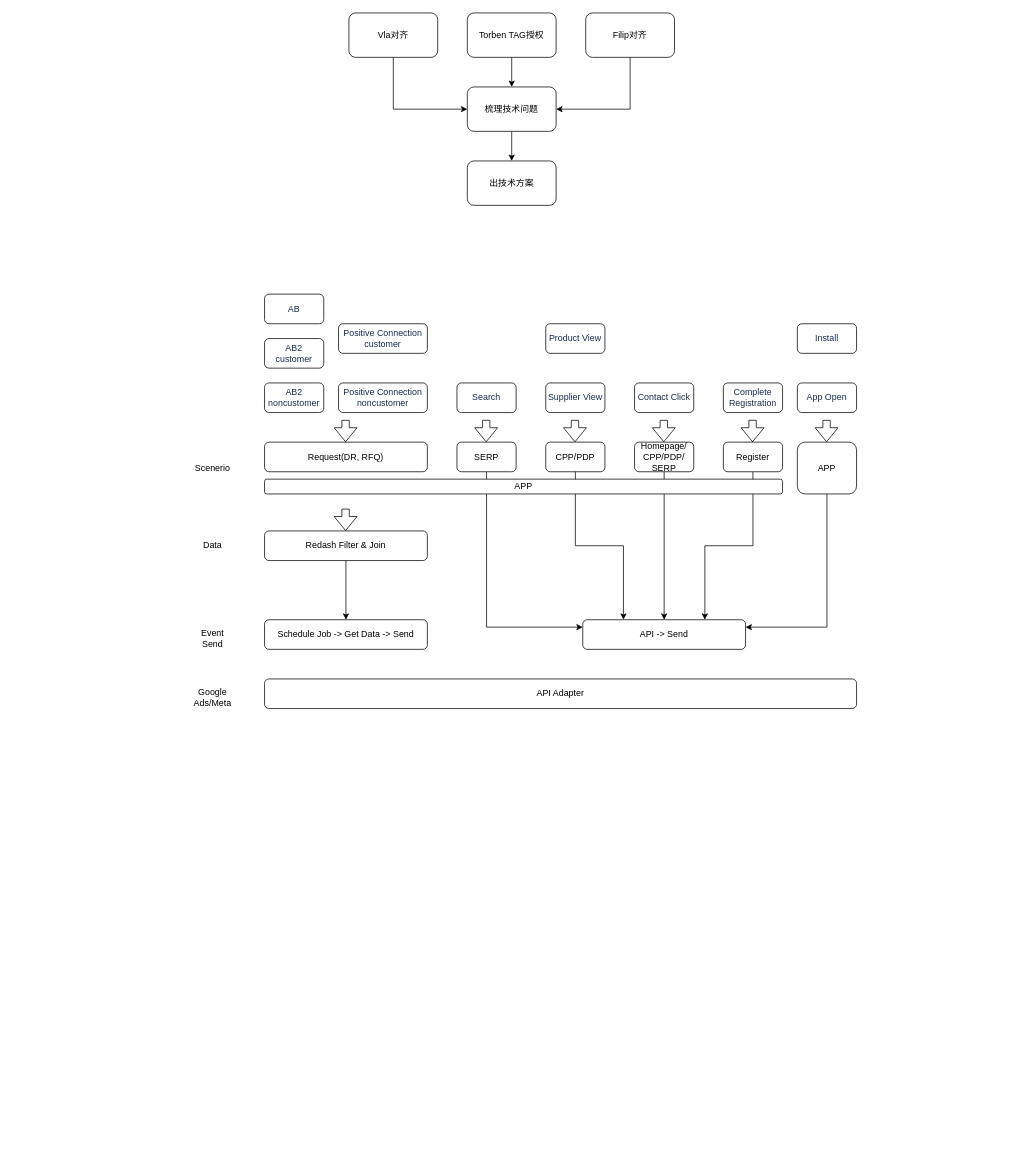
Earlier version of the draw.io diagram drawio/temp.drawio (VisableHarry/seo-drawio). Source tidied: cells renumbered, new cells numbered last; positions are measured from the earlier drawing's top-left corner, leaving out a move shared by most shapes. Both pictures are drawn from the tidied source at 74%, with x=0, y=0 at pixel (190, 13).
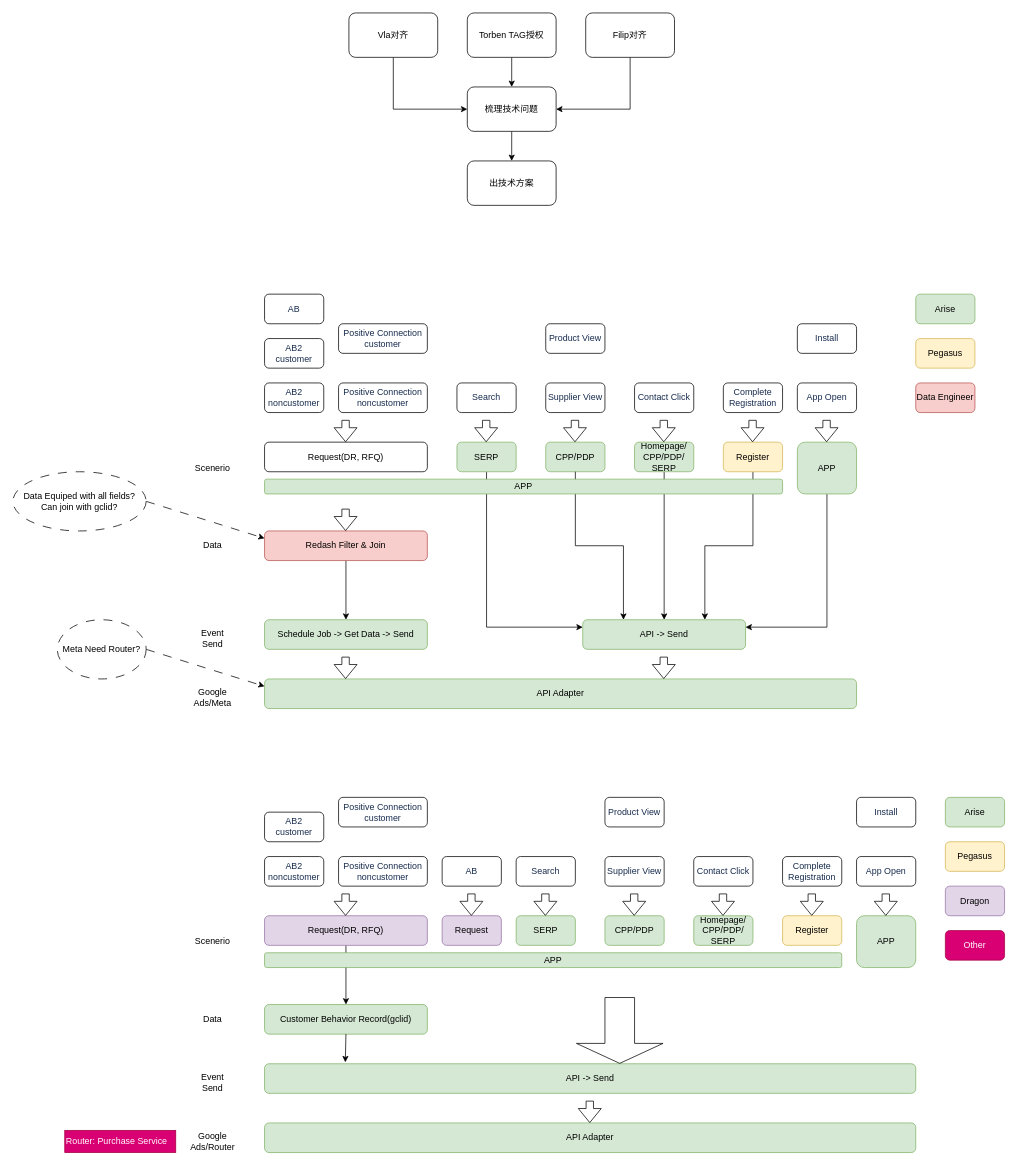
The same page after the edit.

Diff of the diagram source:
```diff
@@
-    <mxCell id="14" value="APP" style="rounded=1;whiteSpace=wrap;html=1;" parent="1" vertex="1">
+    <mxCell id="14" value="APP" style="rounded=1;whiteSpace=wrap;html=1;fillColor=#d5e8d4;strokeColor=#82b366;" parent="1" vertex="1">
       <mxGeometry x="820" y="580" width="80" height="70" as="geometry" />
     </mxCell>
-    <mxCell id="15" value="CPP/PDP" style="rounded=1;whiteSpace=wrap;html=1;" parent="1" vertex="1">
+    <mxCell id="15" value="CPP/PDP" style="rounded=1;whiteSpace=wrap;html=1;fillColor=#d5e8d4;strokeColor=#82b366;" parent="1" vertex="1">
       <mxGeometry x="480" y="580" width="80" height="40" as="geometry" />
     </mxCell>
@@
-    <mxCell id="17" value="SERP" style="rounded=1;whiteSpace=wrap;html=1;" parent="1" vertex="1">
+    <mxCell id="17" value="SERP" style="rounded=1;whiteSpace=wrap;html=1;fillColor=#d5e8d4;strokeColor=#82b366;" parent="1" vertex="1">
       <mxGeometry x="360" y="580" width="80" height="40" as="geometry" />
     </mxCell>
@@
-    <mxCell id="31" value="Homepage/&lt;div&gt;CPP/PDP/&lt;/div&gt;&lt;div&gt;SERP&lt;/div&gt;" style="rounded=1;whiteSpace=wrap;html=1;" parent="1" vertex="1">
+    <mxCell id="31" value="Homepage/&lt;div&gt;CPP/PDP/&lt;/div&gt;&lt;div&gt;SERP&lt;/div&gt;" style="rounded=1;whiteSpace=wrap;html=1;fillColor=#d5e8d4;strokeColor=#82b366;" parent="1" vertex="1">
       <mxGeometry x="600" y="580" width="80" height="40" as="geometry" />
     </mxCell>
@@
-    <mxCell id="34" value="API -&amp;gt; Send" style="rounded=1;whiteSpace=wrap;html=1;" parent="1" vertex="1">
+    <mxCell id="34" value="API -&amp;gt; Send" style="rounded=1;whiteSpace=wrap;html=1;fillColor=#d5e8d4;strokeColor=#82b366;" parent="1" vertex="1">
       <mxGeometry x="530" y="820" width="220" height="40" as="geometry" />
     </mxCell>
-    <mxCell id="35" value="Schedule Job -&amp;gt; Get Data -&amp;gt; Send" style="rounded=1;whiteSpace=wrap;html=1;" parent="1" vertex="1">
+    <mxCell id="35" value="Schedule Job -&amp;gt; Get Data -&amp;gt; Send" style="rounded=1;whiteSpace=wrap;html=1;fillColor=#d5e8d4;strokeColor=#82b366;" parent="1" vertex="1">
       <mxGeometry x="100" y="820" width="220" height="40" as="geometry" />
     </mxCell>
@@
-    <mxCell id="43" value="Register" style="rounded=1;whiteSpace=wrap;html=1;" parent="1" vertex="1">
+    <mxCell id="43" value="Register" style="rounded=1;whiteSpace=wrap;html=1;fillColor=#fff2cc;strokeColor=#d6b656;" parent="1" vertex="1">
       <mxGeometry x="720" y="580" width="80" height="40" as="geometry" />
     </mxCell>
@@
-    <mxCell id="46" value="Redash Filter &amp;amp; Join" style="rounded=1;whiteSpace=wrap;html=1;" parent="1" vertex="1">
+    <mxCell id="46" value="Redash Filter &amp;amp; Join" style="rounded=1;whiteSpace=wrap;html=1;fillColor=#f8cecc;strokeColor=#b85450;" parent="1" vertex="1">
       <mxGeometry x="100" y="700" width="220" height="40" as="geometry" />
     </mxCell>
@@
-    <mxCell id="49" value="APP" style="rounded=1;whiteSpace=wrap;html=1;" parent="1" vertex="1">
+    <mxCell id="49" value="APP" style="rounded=1;whiteSpace=wrap;html=1;fillColor=#d5e8d4;strokeColor=#82b366;" parent="1" vertex="1">
       <mxGeometry x="100" y="630" width="700" height="20" as="geometry" />
     </mxCell>
-    <mxCell id="50" value="API Adapter" style="rounded=1;whiteSpace=wrap;html=1;" parent="1" vertex="1">
+    <mxCell id="50" value="API Adapter" style="rounded=1;whiteSpace=wrap;html=1;fillColor=#d5e8d4;strokeColor=#82b366;" parent="1" vertex="1">
       <mxGeometry x="100" y="900" width="800" height="40" as="geometry" />
     </mxCell>
+    <mxCell id="51" style="endArrow=classic;html=1;rounded=0;entryX=0;entryY=0.25;entryDx=0;entryDy=0;exitX=1;exitY=0.5;exitDx=0;exitDy=0;dashed=1;dashPattern=12 12;" parent="1" edge="1" source="52" target="46">
+      <mxGeometry relative="1" as="geometry" />
+    </mxCell>
+    <mxCell id="52" value="Data Equiped&amp;nbsp;&lt;span style=&quot;background-color: transparent; color: light-dark(rgb(0, 0, 0), rgb(255, 255, 255));&quot;&gt;with all fields?&lt;/span&gt;&lt;div&gt;Can join with gclid?&lt;/div&gt;" style="ellipse;whiteSpace=wrap;html=1;dashed=1;dashPattern=12 12;" parent="1" vertex="1">
+      <mxGeometry x="-240" y="620" width="180" height="80" as="geometry" />
+    </mxCell>
+    <mxCell id="53" style="rounded=0;jettySize=auto;html=1;exitX=1;exitY=0.5;exitDx=0;exitDy=0;entryX=0;entryY=0.25;entryDx=0;entryDy=0;dashed=1;dashPattern=12 12;" parent="1" edge="1" source="54" target="50">
+      <mxGeometry relative="1" as="geometry" />
+    </mxCell>
+    <mxCell id="54" value="Meta Need Router?" style="ellipse;whiteSpace=wrap;html=1;dashed=1;dashPattern=12 12;" parent="1" vertex="1">
+      <mxGeometry x="-180" y="820" width="120" height="80" as="geometry" />
+    </mxCell>
+    <mxCell id="55" style="shape=flexArrow;endArrow=classic;html=1;rounded=0;" parent="1" edge="1">
+      <mxGeometry relative="1" as="geometry">
+        <mxPoint x="209.5" y="870" as="sourcePoint" />
+        <mxPoint x="209.5" y="900" as="targetPoint" />
+      </mxGeometry>
+    </mxCell>
+    <mxCell id="56" style="shape=flexArrow;endArrow=classic;html=1;rounded=0;" parent="1" edge="1">
+      <mxGeometry relative="1" as="geometry">
+        <mxPoint x="639.5" y="870" as="sourcePoint" />
+        <mxPoint x="639.5" y="900" as="targetPoint" />
+      </mxGeometry>
+    </mxCell>
+    <mxCell id="57" style="edgeStyle=orthogonalEdgeStyle;rounded=0;jettySize=auto;html=1;exitX=0.5;exitY=1;exitDx=0;exitDy=0;entryX=0.5;entryY=0;entryDx=0;entryDy=0;" parent="1" edge="1" source="58" target="89">
+      <mxGeometry relative="1" as="geometry" />
+    </mxCell>
+    <mxCell id="58" value="Request(DR, RFQ)" style="rounded=1;whiteSpace=wrap;html=1;fillColor=#e1d5e7;strokeColor=#9673a6;" parent="1" vertex="1">
+      <mxGeometry x="100" y="1220" width="220" height="40" as="geometry" />
+    </mxCell>
+    <mxCell id="59" value="&lt;span style=&quot;color: rgb(23, 43, 77); text-align: left; background-color: rgb(255, 255, 255);&quot;&gt;&lt;font style=&quot;font-size: 12px;&quot; face=&quot;Helvetica&quot;&gt;Install&lt;/font&gt;&lt;/span&gt;" style="rounded=1;whiteSpace=wrap;html=1;" parent="1" vertex="1">
+      <mxGeometry x="900" y="1060" width="80" height="40" as="geometry" />
+    </mxCell>
+    <mxCell id="60" value="APP" style="rounded=1;whiteSpace=wrap;html=1;fillColor=#d5e8d4;strokeColor=#82b366;" parent="1" vertex="1">
+      <mxGeometry x="900" y="1220" width="80" height="70" as="geometry" />
+    </mxCell>
+    <mxCell id="61" value="CPP/PDP" style="rounded=1;whiteSpace=wrap;html=1;fillColor=#d5e8d4;strokeColor=#82b366;" parent="1" vertex="1">
+      <mxGeometry x="560" y="1220" width="80" height="40" as="geometry" />
+    </mxCell>
+    <mxCell id="62" value="SERP" style="rounded=1;whiteSpace=wrap;html=1;fillColor=#d5e8d4;strokeColor=#82b366;" parent="1" vertex="1">
+      <mxGeometry x="440" y="1220" width="80" height="40" as="geometry" />
+    </mxCell>
+    <mxCell id="63" value="&lt;span style=&quot;color: rgb(23, 43, 77); text-align: left; background-color: rgb(255, 255, 255);&quot;&gt;&lt;font style=&quot;font-size: 12px;&quot; face=&quot;Helvetica&quot;&gt;AB&lt;/font&gt;&lt;/span&gt;" style="rounded=1;whiteSpace=wrap;html=1;" parent="1" vertex="1">
+      <mxGeometry x="340" y="1140" width="80" height="40" as="geometry" />
+    </mxCell>
+    <mxCell id="64" value="&lt;span style=&quot;color: rgb(23, 43, 77); text-align: left; background-color: rgb(255, 255, 255);&quot;&gt;&lt;font style=&quot;font-size: 12px;&quot; face=&quot;Helvetica&quot;&gt;AB2&lt;/font&gt;&lt;/span&gt;&lt;div&gt;&lt;span style=&quot;color: rgb(23, 43, 77); text-align: left; background-color: rgb(255, 255, 255);&quot;&gt;&lt;font style=&quot;font-size: 12px;&quot; face=&quot;Helvetica&quot;&gt;customer&lt;/font&gt;&lt;/span&gt;&lt;/div&gt;" style="rounded=1;whiteSpace=wrap;html=1;" parent="1" vertex="1">
+      <mxGeometry x="100" y="1080" width="80" height="40" as="geometry" />
+    </mxCell>
+    <mxCell id="65" value="&lt;span style=&quot;color: rgb(23, 43, 77); text-align: left; background-color: rgb(255, 255, 255);&quot;&gt;&lt;font style=&quot;font-size: 12px;&quot; face=&quot;Helvetica&quot;&gt;AB2&lt;/font&gt;&lt;/span&gt;&lt;div&gt;&lt;span style=&quot;color: rgb(23, 43, 77); text-align: left; background-color: rgb(255, 255, 255);&quot;&gt;&lt;font style=&quot;font-size: 12px;&quot; face=&quot;Helvetica&quot;&gt;noncustomer&lt;/font&gt;&lt;/span&gt;&lt;/div&gt;" style="rounded=1;whiteSpace=wrap;html=1;" parent="1" vertex="1">
+      <mxGeometry x="100" y="1140" width="80" height="40" as="geometry" />
+    </mxCell>
+    <mxCell id="66" value="&lt;span style=&quot;color: rgb(23, 43, 77); text-align: left; background-color: rgb(255, 255, 255);&quot;&gt;&lt;font style=&quot;font-size: 12px;&quot; face=&quot;Helvetica&quot;&gt;Positive Connection&lt;/font&gt;&lt;/span&gt;&lt;div&gt;&lt;span style=&quot;color: rgb(23, 43, 77); text-align: left; background-color: rgb(255, 255, 255);&quot;&gt;&lt;font style=&quot;font-size: 12px;&quot; face=&quot;Helvetica&quot;&gt;customer&lt;/font&gt;&lt;/span&gt;&lt;/div&gt;" style="rounded=1;whiteSpace=wrap;html=1;" parent="1" vertex="1">
+      <mxGeometry x="200" y="1060" width="120" height="40" as="geometry" />
+    </mxCell>
+    <mxCell id="67" value="&lt;font face=&quot;Helvetica&quot; style=&quot;font-size: 12px;&quot;&gt;&lt;span style=&quot;color: rgb(23, 43, 77); text-align: left; background-color: rgb(255, 255, 255);&quot;&gt;Positive Connection&lt;/span&gt;&lt;/font&gt;&lt;div&gt;&lt;font face=&quot;Helvetica&quot; style=&quot;font-size: 12px;&quot;&gt;&lt;span style=&quot;color: rgb(23, 43, 77); text-align: left; background-color: rgb(255, 255, 255);&quot;&gt;non&lt;/span&gt;&lt;span style=&quot;color: rgb(23, 43, 77); text-align: left; background-color: rgb(255, 255, 255);&quot;&gt;customer&lt;/span&gt;&lt;/font&gt;&lt;/div&gt;" style="rounded=1;whiteSpace=wrap;html=1;" parent="1" vertex="1">
+      <mxGeometry x="200" y="1140" width="120" height="40" as="geometry" />
+    </mxCell>
+    <mxCell id="68" value="&lt;span style=&quot;color: rgb(23, 43, 77); text-align: left; background-color: rgb(255, 255, 255);&quot;&gt;&lt;font style=&quot;font-size: 12px;&quot;&gt;App Open&lt;/font&gt;&lt;/span&gt;" style="rounded=1;whiteSpace=wrap;html=1;" parent="1" vertex="1">
+      <mxGeometry x="900" y="1140" width="80" height="40" as="geometry" />
+    </mxCell>
+    <mxCell id="69" value="&lt;span style=&quot;color: rgb(23, 43, 77); text-align: left; background-color: rgb(255, 255, 255);&quot;&gt;&lt;font style=&quot;font-size: 12px;&quot;&gt;Search&lt;/font&gt;&lt;/span&gt;" style="rounded=1;whiteSpace=wrap;html=1;" parent="1" vertex="1">
+      <mxGeometry x="440" y="1140" width="80" height="40" as="geometry" />
+    </mxCell>
+    <mxCell id="70" value="&lt;span style=&quot;color: rgb(23, 43, 77); text-align: left; background-color: rgb(255, 255, 255);&quot;&gt;&lt;font style=&quot;font-size: 12px;&quot; face=&quot;Helvetica&quot;&gt;Product View&lt;/font&gt;&lt;/span&gt;" style="rounded=1;whiteSpace=wrap;html=1;" parent="1" vertex="1">
+      <mxGeometry x="560" y="1060" width="80" height="40" as="geometry" />
+    </mxCell>
+    <mxCell id="71" value="&lt;span style=&quot;color: rgb(23, 43, 77); text-align: left; background-color: rgb(255, 255, 255);&quot;&gt;&lt;font style=&quot;font-size: 12px;&quot; face=&quot;Helvetica&quot;&gt;Supplier View&lt;/font&gt;&lt;/span&gt;" style="rounded=1;whiteSpace=wrap;html=1;" parent="1" vertex="1">
+      <mxGeometry x="560" y="1140" width="80" height="40" as="geometry" />
+    </mxCell>
+    <mxCell id="72" value="&lt;span style=&quot;color: rgb(23, 43, 77); text-align: left; background-color: rgb(255, 255, 255);&quot;&gt;&lt;font style=&quot;font-size: 12px;&quot;&gt;Contact Click&lt;/font&gt;&lt;/span&gt;" style="rounded=1;whiteSpace=wrap;html=1;" parent="1" vertex="1">
+      <mxGeometry x="680" y="1140" width="80" height="40" as="geometry" />
+    </mxCell>
+    <mxCell id="73" value="&lt;span style=&quot;color: rgb(23, 43, 77); text-align: left; background-color: rgb(255, 255, 255);&quot;&gt;&lt;font style=&quot;font-size: 12px;&quot; face=&quot;Helvetica&quot;&gt;Complete Registration&lt;/font&gt;&lt;/span&gt;" style="rounded=1;whiteSpace=wrap;html=1;" parent="1" vertex="1">
+      <mxGeometry x="800" y="1140" width="80" height="40" as="geometry" />
+    </mxCell>
+    <mxCell id="74" value="Scenerio" style="text;html=1;whiteSpace=wrap;strokeColor=none;fillColor=none;align=center;verticalAlign=middle;rounded=0;" parent="1" vertex="1">
+      <mxGeometry y="1240" width="60" height="30" as="geometry" />
+    </mxCell>
+    <mxCell id="75" value="Homepage/&lt;div&gt;CPP/PDP/&lt;/div&gt;&lt;div&gt;SERP&lt;/div&gt;" style="rounded=1;whiteSpace=wrap;html=1;fillColor=#d5e8d4;strokeColor=#82b366;" parent="1" vertex="1">
+      <mxGeometry x="680" y="1220" width="80" height="40" as="geometry" />
+    </mxCell>
+    <mxCell id="76" value="Data" style="text;html=1;whiteSpace=wrap;strokeColor=none;fillColor=none;align=center;verticalAlign=middle;rounded=0;" parent="1" vertex="1">
+      <mxGeometry y="1345" width="60" height="30" as="geometry" />
+    </mxCell>
+    <mxCell id="77" value="Event Send" style="text;html=1;whiteSpace=wrap;strokeColor=none;fillColor=none;align=center;verticalAlign=middle;rounded=0;" parent="1" vertex="1">
+      <mxGeometry y="1430" width="60" height="30" as="geometry" />
+    </mxCell>
+    <mxCell id="78" value="API -&amp;gt; Send" style="rounded=1;whiteSpace=wrap;html=1;fillColor=#d5e8d4;strokeColor=#82b366;" parent="1" vertex="1">
+      <mxGeometry x="100" y="1420" width="880" height="40" as="geometry" />
+    </mxCell>
+    <mxCell id="79" value="Google Ads/Router" style="text;html=1;whiteSpace=wrap;strokeColor=none;fillColor=none;align=center;verticalAlign=middle;rounded=0;" parent="1" vertex="1">
+      <mxGeometry y="1510" width="60" height="30" as="geometry" />
+    </mxCell>
+    <mxCell id="80" style="shape=flexArrow;endArrow=classic;html=1;rounded=0;" parent="1" edge="1">
+      <mxGeometry relative="1" as="geometry">
+        <mxPoint x="209.5" y="1190" as="sourcePoint" />
+        <mxPoint x="209.5" y="1220" as="targetPoint" />
+      </mxGeometry>
+    </mxCell>
+    <mxCell id="81" style="shape=flexArrow;endArrow=classic;html=1;rounded=0;" parent="1" edge="1">
+      <mxGeometry relative="1" as="geometry">
+        <mxPoint x="939.5" y="1190" as="sourcePoint" />
+        <mxPoint x="939.5" y="1220" as="targetPoint" />
+      </mxGeometry>
+    </mxCell>
+    <mxCell id="82" style="shape=flexArrow;endArrow=classic;html=1;rounded=0;" parent="1" edge="1">
+      <mxGeometry relative="1" as="geometry">
+        <mxPoint x="479.5" y="1190" as="sourcePoint" />
+        <mxPoint x="479.5" y="1220" as="targetPoint" />
+      </mxGeometry>
+    </mxCell>
+    <mxCell id="83" style="shape=flexArrow;endArrow=classic;html=1;rounded=0;" parent="1" edge="1">
+      <mxGeometry relative="1" as="geometry">
+        <mxPoint x="599.5" y="1190" as="sourcePoint" />
+        <mxPoint x="599.5" y="1220" as="targetPoint" />
+      </mxGeometry>
+    </mxCell>
+    <mxCell id="84" style="shape=flexArrow;endArrow=classic;html=1;rounded=0;" parent="1" edge="1">
+      <mxGeometry relative="1" as="geometry">
+        <mxPoint x="719.5" y="1190" as="sourcePoint" />
+        <mxPoint x="719.5" y="1220" as="targetPoint" />
+      </mxGeometry>
+    </mxCell>
+    <mxCell id="85" value="Register" style="rounded=1;whiteSpace=wrap;html=1;fillColor=#fff2cc;strokeColor=#d6b656;" parent="1" vertex="1">
+      <mxGeometry x="800" y="1220" width="80" height="40" as="geometry" />
+    </mxCell>
+    <mxCell id="86" style="shape=flexArrow;endArrow=classic;html=1;rounded=0;" parent="1" edge="1">
+      <mxGeometry relative="1" as="geometry">
+        <mxPoint x="839.5" y="1190" as="sourcePoint" />
+        <mxPoint x="839.5" y="1220" as="targetPoint" />
+      </mxGeometry>
+    </mxCell>
+    <mxCell id="87" value="APP" style="rounded=1;whiteSpace=wrap;html=1;fillColor=#d5e8d4;strokeColor=#82b366;" parent="1" vertex="1">
+      <mxGeometry x="100" y="1270" width="780" height="20" as="geometry" />
+    </mxCell>
+    <mxCell id="88" value="API Adapter" style="rounded=1;whiteSpace=wrap;html=1;fillColor=#d5e8d4;strokeColor=#82b366;" parent="1" vertex="1">
+      <mxGeometry x="100" y="1500" width="880" height="40" as="geometry" />
+    </mxCell>
+    <mxCell id="89" value="Customer Behavior Record(gclid)" style="rounded=1;whiteSpace=wrap;html=1;fillColor=#d5e8d4;strokeColor=#82b366;" parent="1" vertex="1">
+      <mxGeometry x="100" y="1340" width="220" height="40" as="geometry" />
+    </mxCell>
+    <mxCell id="90" value="Router: Purchase Service" style="text;html=1;whiteSpace=wrap;strokeColor=#A50040;fillColor=#d80073;align=left;verticalAlign=middle;rounded=0;fontColor=#ffffff;" parent="1" vertex="1">
+      <mxGeometry x="-170" y="1510" width="150" height="30" as="geometry" />
+    </mxCell>
+    <mxCell id="91" value="Request" style="rounded=1;whiteSpace=wrap;html=1;fillColor=#e1d5e7;strokeColor=#9673a6;" parent="1" vertex="1">
+      <mxGeometry x="340" y="1220" width="80" height="40" as="geometry" />
+    </mxCell>
+    <mxCell id="92" style="edgeStyle=orthogonalEdgeStyle;rounded=0;jettySize=auto;html=1;exitX=0.5;exitY=1;exitDx=0;exitDy=0;entryX=0.124;entryY=-0.05;entryDx=0;entryDy=0;entryPerimeter=0;" parent="1" edge="1" source="89" target="78">
+      <mxGeometry relative="1" as="geometry" />
+    </mxCell>
+    <mxCell id="93" style="shape=flexArrow;endArrow=classic;html=1;rounded=0;endWidth=76;endSize=8.67;width=40;" parent="1" edge="1">
+      <mxGeometry relative="1" as="geometry">
+        <mxPoint x="580" y="1330" as="sourcePoint" />
+        <mxPoint x="580" y="1420" as="targetPoint" />
+      </mxGeometry>
+    </mxCell>
+    <mxCell id="94" style="shape=flexArrow;endArrow=classic;html=1;rounded=0;" parent="1" edge="1">
+      <mxGeometry relative="1" as="geometry">
+        <mxPoint x="539.5" y="1470" as="sourcePoint" />
+        <mxPoint x="539.5" y="1500" as="targetPoint" />
+      </mxGeometry>
+    </mxCell>
+    <mxCell id="95" value="Arise" style="rounded=1;whiteSpace=wrap;html=1;fillColor=#d5e8d4;strokeColor=#82b366;" parent="1" vertex="1">
+      <mxGeometry x="980" y="380" width="80" height="40" as="geometry" />
+    </mxCell>
+    <mxCell id="96" value="Pegasus" style="rounded=1;whiteSpace=wrap;html=1;fillColor=#fff2cc;strokeColor=#d6b656;" parent="1" vertex="1">
+      <mxGeometry x="980" y="440" width="80" height="40" as="geometry" />
+    </mxCell>
+    <mxCell id="97" value="Data Engineer" style="rounded=1;whiteSpace=wrap;html=1;fillColor=#f8cecc;strokeColor=#b85450;" parent="1" vertex="1">
+      <mxGeometry x="980" y="500" width="80" height="40" as="geometry" />
+    </mxCell>
+    <mxCell id="98" value="Arise" style="rounded=1;whiteSpace=wrap;html=1;fillColor=#d5e8d4;strokeColor=#82b366;" parent="1" vertex="1">
+      <mxGeometry x="1020" y="1060" width="80" height="40" as="geometry" />
+    </mxCell>
+    <mxCell id="99" value="Pegasus" style="rounded=1;whiteSpace=wrap;html=1;fillColor=#fff2cc;strokeColor=#d6b656;" parent="1" vertex="1">
+      <mxGeometry x="1020" y="1120" width="80" height="40" as="geometry" />
+    </mxCell>
+    <mxCell id="100" value="Dragon" style="rounded=1;whiteSpace=wrap;html=1;fillColor=#e1d5e7;strokeColor=#9673a6;" parent="1" vertex="1">
+      <mxGeometry x="1020" y="1180" width="80" height="40" as="geometry" />
+    </mxCell>
+    <mxCell id="101" value="Other" style="rounded=1;whiteSpace=wrap;html=1;fillColor=#d80073;strokeColor=#A50040;fontColor=#ffffff;" parent="1" vertex="1">
+      <mxGeometry x="1020" y="1240" width="80" height="40" as="geometry" />
+    </mxCell>
+    <mxCell id="102" style="shape=flexArrow;endArrow=classic;html=1;rounded=0;" parent="1" edge="1">
+      <mxGeometry relative="1" as="geometry">
+        <mxPoint x="379.5" y="1190" as="sourcePoint" />
+        <mxPoint x="379.5" y="1220" as="targetPoint" />
+      </mxGeometry>
+    </mxCell>
```
